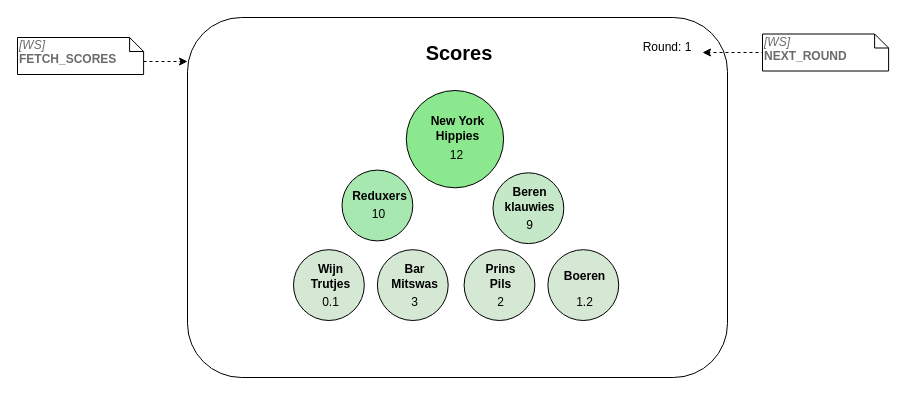
Above: page "Intermission" (2 of 2) of assets/Score/ScoreboardApp_Annotations.drawio in TBeeren/PubQuiz (draw.io), before the change. Source tidied: cells renumbered, new cells numbered last; positions are measured from the earlier drawing's top-left corner, leaving out a move shared by most shapes. Both pictures are drawn from the tidied source at 100%, with x=0, y=0 at pixel (17, 17).
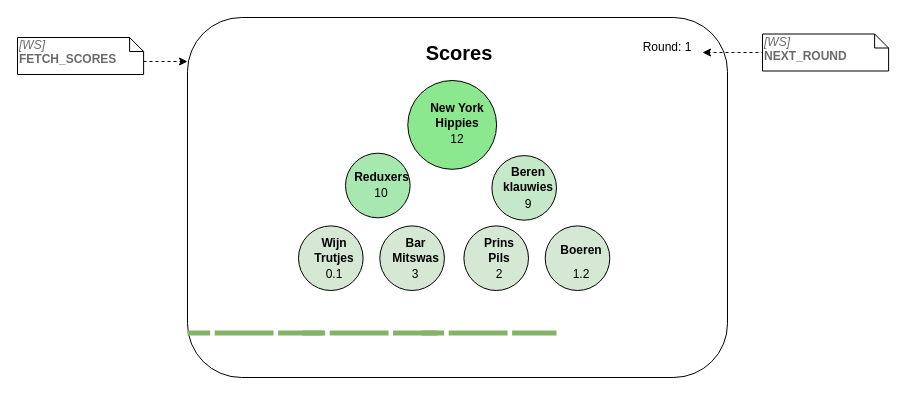
The same page after the edit.

The change refers to these unchanged cells:
```xml
<mxCell id="3" value="Round: 1" style="text;html=1;strokeColor=none;fillColor=none;align=center;verticalAlign=middle;whiteSpace=wrap;rounded=0;" parent="1" vertex="1">
  <mxGeometry x="615" y="20" width="70" height="20" as="geometry" />
</mxCell>
```

Change to the diagram source:
```diff
@@
+    <mxCell id="34" style="endArrow=classic;html=1;fontColor=#6B6B6B;entryX=0;entryY=0.5;entryDx=0;entryDy=0;dashed=1;" parent="1" edge="1">
+      <mxGeometry relative="1" as="geometry">
+        <mxPoint x="78" y="44" as="sourcePoint" />
+        <mxPoint x="170" y="44" as="targetPoint" />
+      </mxGeometry>
+    </mxCell>
+    <mxCell id="35" value="&lt;div&gt;&lt;i&gt;[WS] &lt;/i&gt;&lt;br&gt;&lt;b&gt;FETCH_SCORES&lt;/b&gt;&lt;code&gt;&lt;/code&gt;&lt;/div&gt;" style="shape=note;whiteSpace=wrap;html=1;size=14;verticalAlign=top;align=left;spacingTop=-6;rounded=1;shadow=0;glass=0;sketch=0;strokeWidth=1;fontColor=#6B6B6B;fillColor=#FFFFFF;" parent="1" vertex="1">
+      <mxGeometry y="20" width="126.1" height="37" as="geometry" />
+    </mxCell>
+    <mxCell id="36" style="endArrow=classic;html=1;fontColor=#6B6B6B;entryX=1;entryY=0.75;entryDx=0;entryDy=0;dashed=1;" parent="1" edge="1" target="3">
+      <mxGeometry relative="1" as="geometry">
+        <mxPoint x="795" y="35" as="sourcePoint" />
+      </mxGeometry>
+    </mxCell>
+    <mxCell id="37" value="&lt;div&gt;&lt;i&gt;[WS] &lt;/i&gt;&lt;br&gt;&lt;b&gt;NEXT_ROUND&lt;/b&gt;&lt;code&gt;&lt;/code&gt;&lt;/div&gt;" style="shape=note;whiteSpace=wrap;html=1;size=14;verticalAlign=top;align=left;spacingTop=-6;rounded=1;shadow=0;glass=0;sketch=0;strokeWidth=1;fontColor=#6B6B6B;fillColor=#FFFFFF;" parent="1" vertex="1">
+      <mxGeometry x="745" y="16.5" width="126.1" height="37" as="geometry" />
+    </mxCell>
+    <mxCell id="38" style="verticalLabelPosition=bottom;verticalAlign=top;html=1;shadow=0;dashed=0;strokeWidth=5;shape=mxgraph.android.indeterminate_progress_bar;strokeColor=#82b366;fillColor=#d5e8d4;" parent="1" vertex="1">
+      <mxGeometry x="170" y="313" width="135" height="5" as="geometry" />
+    </mxCell>
+    <mxCell id="39" style="group;" parent="1" vertex="1">
+      <mxGeometry x="281" y="63" width="319" height="210" as="geometry" />
+    </mxCell>
-    <mxCell id="5" style="group;" parent="1" vertex="1">
-      <mxGeometry x="276" y="73" width="329" height="230" as="geometry" />
+    <mxCell id="5" style="group;" parent="39" vertex="1">
+      <mxGeometry width="319" height="210" as="geometry" />
     </mxCell>
     <mxCell id="6" style="ellipse;whiteSpace=wrap;html=1;fillColor=#8BE88E;" parent="5" vertex="1">
-      <mxGeometry x="112.8" width="97.3" height="97.3" as="geometry" />
+      <mxGeometry x="109.3" width="88.8" height="88.8" as="geometry" />
     </mxCell>
     <mxCell id="7" value="&lt;b&gt;New York Hippies&lt;/b&gt;" style="text;html=1;strokeColor=none;fillColor=none;align=center;verticalAlign=middle;whiteSpace=wrap;rounded=0;" parent="5" vertex="1">
-      <mxGeometry x="126.8" y="29.2" width="74.6" height="17.7" as="geometry" />
+      <mxGeometry x="122.9" y="26.7" width="72.3" height="16.2" as="geometry" />
     </mxCell>
     <mxCell id="8" value="12" style="text;html=1;strokeColor=none;fillColor=none;align=center;verticalAlign=middle;whiteSpace=wrap;rounded=0;" parent="5" vertex="1">
-      <mxGeometry x="145.4" y="55.7" width="37.3" height="17.7" as="geometry" />
+      <mxGeometry x="141" y="50.9" width="36.1" height="16.2" as="geometry" />
     </mxCell>
     <mxCell id="9" style="group;" parent="5" vertex="1">
-      <mxGeometry x="48.5" y="79.6" width="74.6" height="70.8" as="geometry" />
+      <mxGeometry x="47" y="72.7" width="72.3" height="64.6" as="geometry" />
     </mxCell>
     <mxCell id="10" style="ellipse;whiteSpace=wrap;html=1;fillColor=#A7E8B0;" parent="9" vertex="1">
-      <mxGeometry width="70.8" height="70.8" as="geometry" />
+      <mxGeometry width="64.6" height="64.6" as="geometry" />
     </mxCell>
     <mxCell id="11" value="&lt;b&gt;Reduxers&lt;/b&gt;" style="text;html=1;strokeColor=none;fillColor=none;align=center;verticalAlign=middle;whiteSpace=wrap;rounded=0;" parent="9" vertex="1">
-      <mxGeometry x="14" y="17.7" width="46.6" height="17.7" as="geometry" />
+      <mxGeometry x="13.6" y="16.2" width="45.2" height="16.2" as="geometry" />
     </mxCell>
     <mxCell id="12" value="10" style="text;html=1;strokeColor=none;fillColor=none;align=center;verticalAlign=middle;whiteSpace=wrap;rounded=0;" parent="9" vertex="1">
-      <mxGeometry x="18.6" y="35.4" width="37.3" height="17.7" as="geometry" />
+      <mxGeometry x="18.1" y="32.3" width="36.1" height="16.2" as="geometry" />
     </mxCell>
     <mxCell id="13" style="group;" parent="5" vertex="1">
-      <mxGeometry x="199.5" y="82.3" width="74.6" height="70.8" as="geometry" />
+      <mxGeometry x="193.4" y="75.1" width="72.3" height="64.6" as="geometry" />
     </mxCell>
     <mxCell id="14" style="ellipse;whiteSpace=wrap;html=1;fillColor=#C5E8C8;" parent="13" vertex="1">
-      <mxGeometry width="70.8" height="70.8" as="geometry" />
+      <mxGeometry width="64.6" height="64.6" as="geometry" />
     </mxCell>
     <mxCell id="15" value="&lt;b&gt;Beren&lt;br&gt;klauwies&lt;/b&gt;" style="text;html=1;strokeColor=none;fillColor=none;align=center;verticalAlign=middle;whiteSpace=wrap;rounded=0;" parent="13" vertex="1">
-      <mxGeometry x="11.7" y="17.7" width="51.3" height="17.7" as="geometry" />
+      <mxGeometry x="11.3" y="16.2" width="49.7" height="16.2" as="geometry" />
     </mxCell>
     <mxCell id="16" value="9" style="text;html=1;strokeColor=none;fillColor=none;align=center;verticalAlign=middle;whiteSpace=wrap;rounded=0;" parent="13" vertex="1">
-      <mxGeometry x="18.6" y="44.2" width="37.3" height="17.7" as="geometry" />
+      <mxGeometry x="18.1" y="40.4" width="36.1" height="16.2" as="geometry" />
     </mxCell>
     <mxCell id="17" style="group;" parent="5" vertex="1">
-      <mxGeometry x="142.6" y="159.2" width="74.6" height="70.8" as="geometry" />
+      <mxGeometry x="138.3" y="145.4" width="72.3" height="64.6" as="geometry" />
     </mxCell>
     <mxCell id="18" style="group;" parent="5" vertex="1">
-      <mxGeometry y="159.2" width="74.6" height="70.8" as="geometry" />
+      <mxGeometry y="145.4" width="72.3" height="64.6" as="geometry" />
     </mxCell>
     <mxCell id="19" style="ellipse;whiteSpace=wrap;html=1;fillColor=#D5E8D4;" parent="18" vertex="1">
-      <mxGeometry width="70.8" height="70.8" as="geometry" />
+      <mxGeometry width="64.6" height="64.6" as="geometry" />
     </mxCell>
     <mxCell id="20" value="&lt;b&gt;Wijn&lt;br&gt;Trutjes&lt;/b&gt;" style="text;html=1;strokeColor=none;fillColor=none;align=center;verticalAlign=middle;whiteSpace=wrap;rounded=0;" parent="18" vertex="1">
-      <mxGeometry x="18.6" y="17.7" width="37.3" height="17.7" as="geometry" />
+      <mxGeometry x="18.1" y="16.2" width="36.1" height="16.2" as="geometry" />
     </mxCell>
     <mxCell id="21" value="0.1" style="text;html=1;strokeColor=none;fillColor=none;align=center;verticalAlign=middle;whiteSpace=wrap;rounded=0;" parent="18" vertex="1">
-      <mxGeometry x="18.6" y="44.2" width="37.3" height="17.7" as="geometry" />
+      <mxGeometry x="18.1" y="40.4" width="36.1" height="16.2" as="geometry" />
     </mxCell>
     <mxCell id="22" style="group;" parent="5" vertex="1">
-      <mxGeometry x="83.9" y="159.2" width="74.6" height="70.8" as="geometry" />
+      <mxGeometry x="81.3" y="145.4" width="72.3" height="64.6" as="geometry" />
     </mxCell>
     <mxCell id="23" style="ellipse;whiteSpace=wrap;html=1;fillColor=#D5E8D4;" parent="22" vertex="1">
-      <mxGeometry width="70.8" height="70.8" as="geometry" />
+      <mxGeometry width="64.6" height="64.6" as="geometry" />
     </mxCell>
     <mxCell id="24" value="&lt;b&gt;Bar&lt;br&gt;Mitswas&lt;/b&gt;" style="text;html=1;strokeColor=none;fillColor=none;align=center;verticalAlign=middle;whiteSpace=wrap;rounded=0;" parent="22" vertex="1">
-      <mxGeometry x="14" y="17.7" width="46.6" height="17.7" as="geometry" />
+      <mxGeometry x="13.6" y="16.2" width="45.2" height="16.2" as="geometry" />
     </mxCell>
     <mxCell id="25" value="3" style="text;html=1;strokeColor=none;fillColor=none;align=center;verticalAlign=middle;whiteSpace=wrap;rounded=0;" parent="22" vertex="1">
-      <mxGeometry x="18.6" y="44.2" width="37.3" height="17.7" as="geometry" />
+      <mxGeometry x="18.1" y="40.4" width="36.1" height="16.2" as="geometry" />
     </mxCell>
     <mxCell id="26" style="ellipse;whiteSpace=wrap;html=1;fillColor=#D5E8D4;" parent="5" vertex="1">
-      <mxGeometry x="170.6" y="159.2" width="70.8" height="70.8" as="geometry" />
+      <mxGeometry x="165.4" y="145.4" width="64.6" height="64.6" as="geometry" />
     </mxCell>
     <mxCell id="27" style="group;" parent="5" vertex="1">
-      <mxGeometry x="189.2" y="176.9" width="37.3" height="44.2" as="geometry" />
+      <mxGeometry x="183.4" y="161.5" width="36.1" height="40.4" as="geometry" />
     </mxCell>
     <mxCell id="28" value="&lt;b&gt;Prins&lt;br&gt;Pils&lt;/b&gt;" style="text;html=1;strokeColor=none;fillColor=none;align=center;verticalAlign=middle;whiteSpace=wrap;rounded=0;" parent="27" vertex="1">
-      <mxGeometry width="37.3" height="17.7" as="geometry" />
+      <mxGeometry width="36.1" height="16.2" as="geometry" />
     </mxCell>
     <mxCell id="29" value="2" style="text;html=1;strokeColor=none;fillColor=none;align=center;verticalAlign=middle;whiteSpace=wrap;rounded=0;" parent="27" vertex="1">
-      <mxGeometry y="26.5" width="37.3" height="17.7" as="geometry" />
+      <mxGeometry y="24.2" width="36.1" height="16.2" as="geometry" />
     </mxCell>
     <mxCell id="30" style="group;" parent="5" vertex="1">
-      <mxGeometry x="254.4" y="159.2" width="74.6" height="70.8" as="geometry" />
+      <mxGeometry x="246.7" y="145.4" width="72.3" height="64.6" as="geometry" />
     </mxCell>
     <mxCell id="31" style="ellipse;whiteSpace=wrap;html=1;fillColor=#D5E8D4;" parent="30" vertex="1">
-      <mxGeometry width="70.8" height="70.8" as="geometry" />
+      <mxGeometry width="64.6" height="64.6" as="geometry" />
     </mxCell>
     <mxCell id="32" value="&lt;b&gt;Boeren&lt;/b&gt;" style="text;html=1;strokeColor=none;fillColor=none;align=center;verticalAlign=middle;whiteSpace=wrap;rounded=0;" parent="30" vertex="1">
-      <mxGeometry x="18.6" y="17.7" width="37.3" height="17.7" as="geometry" />
+      <mxGeometry x="18.1" y="16.2" width="36.1" height="16.2" as="geometry" />
     </mxCell>
     <mxCell id="33" value="1.2" style="text;html=1;strokeColor=none;fillColor=none;align=center;verticalAlign=middle;whiteSpace=wrap;rounded=0;" parent="30" vertex="1">
-      <mxGeometry x="18.6" y="44.2" width="37.3" height="17.7" as="geometry" />
+      <mxGeometry x="18.1" y="40.4" width="36.1" height="16.2" as="geometry" />
     </mxCell>
-    <mxCell id="34" style="endArrow=classic;html=1;fontColor=#6B6B6B;entryX=0;entryY=0.5;entryDx=0;entryDy=0;dashed=1;" parent="1" edge="1">
-      <mxGeometry relative="1" as="geometry">
-        <mxPoint x="78" y="44" as="sourcePoint" />
-        <mxPoint x="170" y="44" as="targetPoint" />
-      </mxGeometry>
-    </mxCell>
-    <mxCell id="35" value="&lt;div&gt;&lt;i&gt;[WS] &lt;/i&gt;&lt;br&gt;&lt;b&gt;FETCH_SCORES&lt;/b&gt;&lt;code&gt;&lt;/code&gt;&lt;/div&gt;" style="shape=note;whiteSpace=wrap;html=1;size=14;verticalAlign=top;align=left;spacingTop=-6;rounded=1;shadow=0;glass=0;sketch=0;strokeWidth=1;fontColor=#6B6B6B;fillColor=#FFFFFF;" parent="1" vertex="1">
-      <mxGeometry y="20" width="126.1" height="37" as="geometry" />
-    </mxCell>
-    <mxCell id="36" style="endArrow=classic;html=1;fontColor=#6B6B6B;entryX=1;entryY=0.75;entryDx=0;entryDy=0;dashed=1;" parent="1" edge="1" target="3">
-      <mxGeometry relative="1" as="geometry">
-        <mxPoint x="795" y="35" as="sourcePoint" />
-      </mxGeometry>
-    </mxCell>
-    <mxCell id="37" value="&lt;div&gt;&lt;i&gt;[WS] &lt;/i&gt;&lt;br&gt;&lt;b&gt;NEXT_ROUND&lt;/b&gt;&lt;code&gt;&lt;/code&gt;&lt;/div&gt;" style="shape=note;whiteSpace=wrap;html=1;size=14;verticalAlign=top;align=left;spacingTop=-6;rounded=1;shadow=0;glass=0;sketch=0;strokeWidth=1;fontColor=#6B6B6B;fillColor=#FFFFFF;" parent="1" vertex="1">
-      <mxGeometry x="745" y="16.5" width="126.1" height="37" as="geometry" />
-    </mxCell>
+    <mxCell id="40" style="verticalLabelPosition=bottom;verticalAlign=top;html=1;shadow=0;dashed=0;strokeWidth=5;shape=mxgraph.android.indeterminate_progress_bar;strokeColor=#82b366;fillColor=#d5e8d4;" parent="1" vertex="1">
+      <mxGeometry x="285" y="313" width="135" height="5" as="geometry" />
+    </mxCell>
+    <mxCell id="41" style="verticalLabelPosition=bottom;verticalAlign=top;html=1;shadow=0;dashed=0;strokeWidth=5;shape=mxgraph.android.indeterminate_progress_bar;strokeColor=#82b366;fillColor=#d5e8d4;" parent="1" vertex="1">
+      <mxGeometry x="404" y="313" width="135" height="5" as="geometry" />
+    </mxCell>
```
